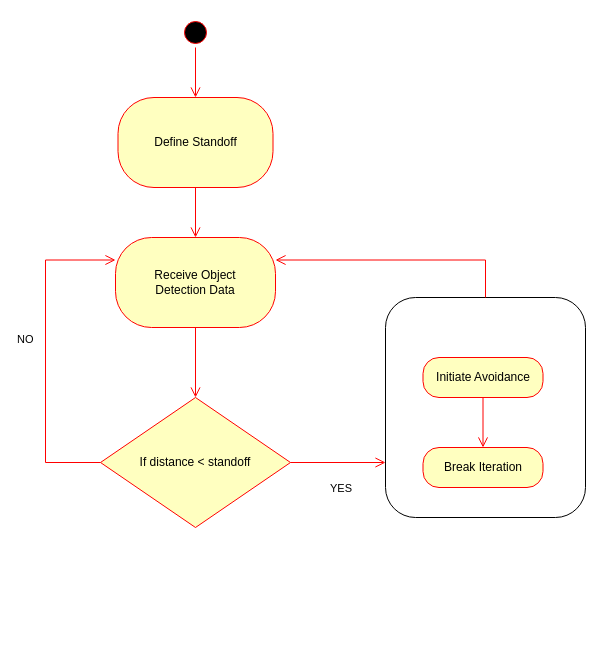
mead-d/Modeling-Unmanned-Aerial-Swarms-Using-Unreal-Game-Engine-and-AirSim-Simulator keeps this draw.io diagram as SDD/CollisionDetectionStatechart.drawio. Above is the earlier version. Source tidied: cells renumbered, new cells numbered last; positions are measured from the earlier drawing's top-left corner, leaving out a move shared by most shapes. Both pictures are drawn from the tidied source at 100%, with x=0, y=0 at pixel (45, 17).
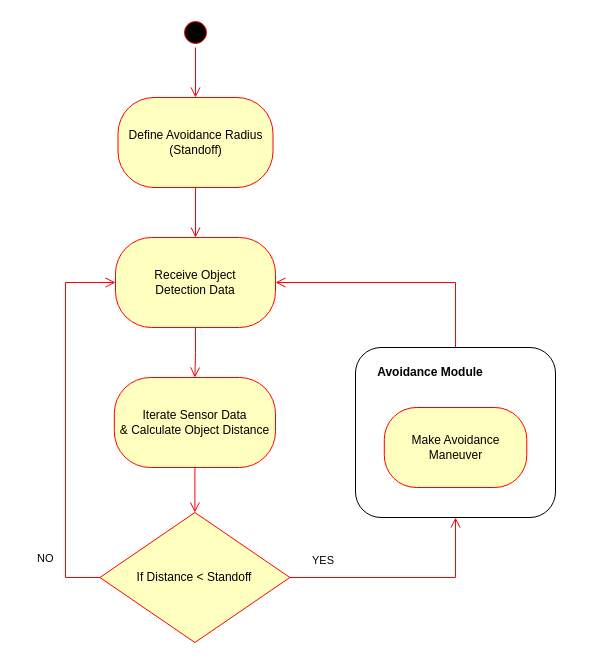
The same diagram, later.

What changed in the source:
```diff
@@
 <mxGraphModel>
   <root>
     <mxCell id="0" />
     <mxCell id="1" parent="0" />
+    <mxCell id="14" style="rounded=1;whiteSpace=wrap;html=1;fillColor=none;" parent="1" vertex="1">
+      <mxGeometry x="310" y="330" width="200" height="170" as="geometry" />
+    </mxCell>
     <mxCell id="2" style="ellipse;html=1;shape=startState;fillColor=#000000;strokeColor=#ff0000;" parent="1" vertex="1">
       <mxGeometry x="135" width="30" height="30" as="geometry" />
     </mxCell>
     <mxCell id="3" style="edgeStyle=orthogonalEdgeStyle;html=1;verticalAlign=bottom;endArrow=open;endSize=8;strokeColor=#ff0000;rounded=0;entryX=0.5;entryY=0;entryDx=0;entryDy=0;" parent="1" edge="1" source="2" target="4">
       <mxGeometry relative="1" as="geometry" />
     </mxCell>
-    <mxCell id="4" value="Define Standoff" style="rounded=1;whiteSpace=wrap;html=1;arcSize=40;fontColor=#000000;fillColor=#ffffc0;strokeColor=#ff0000;" parent="1" vertex="1">
+    <mxCell id="4" value="Define Avoidance Radius (Standoff)" style="rounded=1;whiteSpace=wrap;html=1;arcSize=40;fontColor=#000000;fillColor=#ffffc0;strokeColor=#ff0000;" parent="1" vertex="1">
       <mxGeometry x="72.5" y="80" width="155" height="90" as="geometry" />
     </mxCell>
     <mxCell id="5" style="edgeStyle=orthogonalEdgeStyle;html=1;verticalAlign=bottom;endArrow=open;endSize=8;strokeColor=#ff0000;rounded=0;entryX=0.5;entryY=0;entryDx=0;entryDy=0;" parent="1" edge="1" source="4" target="6">
       <mxGeometry relative="1" as="geometry" />
     </mxCell>
     <mxCell id="6" value="&lt;div&gt;Receive Object&lt;/div&gt;&lt;div&gt;Detection Data&lt;br&gt;&lt;/div&gt;" style="rounded=1;whiteSpace=wrap;html=1;arcSize=40;fontColor=#000000;fillColor=#ffffc0;strokeColor=#ff0000;" parent="1" vertex="1">
       <mxGeometry x="70" y="220" width="160" height="90" as="geometry" />
     </mxCell>
-    <mxCell id="7" style="edgeStyle=orthogonalEdgeStyle;html=1;verticalAlign=bottom;endArrow=open;endSize=8;strokeColor=#ff0000;rounded=0;entryX=0.5;entryY=0;entryDx=0;entryDy=0;" parent="1" edge="1" source="6" target="8">
+    <mxCell id="7" style="edgeStyle=orthogonalEdgeStyle;html=1;verticalAlign=bottom;endArrow=open;endSize=8;strokeColor=#ff0000;rounded=0;entryX=0.5;entryY=0;entryDx=0;entryDy=0;exitX=0.5;exitY=1;exitDx=0;exitDy=0;" parent="1" edge="1" source="6" target="16">
       <mxGeometry relative="1" as="geometry" />
     </mxCell>
-    <mxCell id="8" value="If distance &amp;lt; standoff" style="rhombus;whiteSpace=wrap;html=1;fillColor=#ffffc0;strokeColor=#ff0000;" parent="1" vertex="1">
-      <mxGeometry x="55" y="380" width="190" height="130" as="geometry" />
+    <mxCell id="8" value="If Distance &amp;lt; Standoff" style="rhombus;whiteSpace=wrap;html=1;fillColor=#ffffc0;strokeColor=#ff0000;" parent="1" vertex="1">
+      <mxGeometry x="54.4" y="495" width="190" height="130" as="geometry" />
     </mxCell>
-    <mxCell id="9" value="NO" style="edgeStyle=orthogonalEdgeStyle;html=1;align=left;verticalAlign=bottom;endArrow=open;endSize=8;strokeColor=#ff0000;rounded=0;exitX=0;exitY=0.5;exitDx=0;exitDy=0;entryX=0;entryY=0.25;entryDx=0;entryDy=0;" parent="1" edge="1" source="8" target="6">
-      <mxGeometry x="0.03" y="30" relative="1" as="geometry">
+    <mxCell id="9" value="NO" style="edgeStyle=orthogonalEdgeStyle;html=1;align=left;verticalAlign=bottom;endArrow=open;endSize=8;strokeColor=#ff0000;rounded=0;exitX=0;exitY=0.5;exitDx=0;exitDy=0;entryX=0;entryY=0.5;entryDx=0;entryDy=0;" parent="1" edge="1" source="8" target="6">
+      <mxGeometry x="-0.77" y="30" relative="1" as="geometry">
         <Array as="points">
-          <mxPoint y="445" />
-          <mxPoint y="243" />
+          <mxPoint x="20" y="560" />
+          <mxPoint x="20" y="265" />
         </Array>
       </mxGeometry>
     </mxCell>
-    <mxCell id="10" value="YES" style="edgeStyle=orthogonalEdgeStyle;html=1;align=left;verticalAlign=top;endArrow=open;endSize=8;strokeColor=#ff0000;rounded=0;exitX=1;exitY=0.5;exitDx=0;exitDy=0;entryX=0;entryY=0.75;entryDx=0;entryDy=0;" parent="1" edge="1" source="8" target="14">
-      <mxGeometry x="-0.23" y="-12" relative="1" as="geometry">
-        <mxPoint x="1" y="1" as="offset" />
-      </mxGeometry>
+    <mxCell id="10" value="YES" style="edgeStyle=orthogonalEdgeStyle;html=1;align=left;verticalAlign=top;endArrow=open;endSize=8;strokeColor=#ff0000;rounded=0;exitX=1;exitY=0.5;exitDx=0;exitDy=0;entryX=0.5;entryY=1;entryDx=0;entryDy=0;" parent="1" edge="1" source="8" target="14">
+      <mxGeometry x="-0.81" y="30" relative="1" as="geometry" />
     </mxCell>
-    <mxCell id="11" value="Initiate Avoidance" style="rounded=1;whiteSpace=wrap;html=1;arcSize=40;fontColor=#000000;fillColor=#ffffc0;strokeColor=#ff0000;" parent="1" vertex="1">
-      <mxGeometry x="377.5" y="340" width="120" height="40" as="geometry" />
+    <mxCell id="11" value="Make Avoidance Maneuver" style="rounded=1;whiteSpace=wrap;html=1;arcSize=40;fontColor=#000000;fillColor=#ffffc0;strokeColor=#ff0000;" parent="1" vertex="1">
+      <mxGeometry x="338.8" y="390" width="142.5" height="80" as="geometry" />
     </mxCell>
-    <mxCell id="12" value="Break Iteration" style="rounded=1;whiteSpace=wrap;html=1;arcSize=40;fontColor=#000000;fillColor=#ffffc0;strokeColor=#ff0000;" parent="1" vertex="1">
-      <mxGeometry x="377.5" y="430" width="120" height="40" as="geometry" />
-    </mxCell>
-    <mxCell id="13" style="edgeStyle=orthogonalEdgeStyle;html=1;verticalAlign=bottom;endArrow=open;endSize=8;strokeColor=#ff0000;rounded=0;entryX=0.5;entryY=0;entryDx=0;entryDy=0;exitX=0.5;exitY=1;exitDx=0;exitDy=0;" parent="1" edge="1" source="11" target="12">
-      <mxGeometry relative="1" as="geometry" />
-    </mxCell>
-    <mxCell id="14" style="rounded=1;whiteSpace=wrap;html=1;fillColor=none;" parent="1" vertex="1">
-      <mxGeometry x="340" y="280" width="200" height="220" as="geometry" />
-    </mxCell>
-    <mxCell id="15" style="edgeStyle=orthogonalEdgeStyle;html=1;verticalAlign=bottom;endArrow=open;endSize=8;strokeColor=#ff0000;rounded=0;entryX=1;entryY=0.25;entryDx=0;entryDy=0;exitX=0.5;exitY=0;exitDx=0;exitDy=0;" parent="1" edge="1" source="14" target="6">
+    <mxCell id="15" style="edgeStyle=orthogonalEdgeStyle;html=1;verticalAlign=bottom;endArrow=open;endSize=8;strokeColor=#ff0000;rounded=0;exitX=0.5;exitY=0;exitDx=0;exitDy=0;entryX=1;entryY=0.5;entryDx=0;entryDy=0;" parent="1" edge="1" source="14" target="6">
       <mxGeometry relative="1" as="geometry" />
     </mxCell>
+    <mxCell id="16" value="&lt;div&gt;Iterate Sensor Data&lt;/div&gt;&lt;div&gt;&amp;amp; Calculate Object Distance&lt;br&gt;&lt;/div&gt;" style="rounded=1;whiteSpace=wrap;html=1;arcSize=40;fontColor=#000000;fillColor=#ffffc0;strokeColor=#ff0000;" parent="1" vertex="1">
+      <mxGeometry x="68.8" y="360" width="161.2" height="90" as="geometry" />
+    </mxCell>
+    <mxCell id="17" style="edgeStyle=orthogonalEdgeStyle;html=1;verticalAlign=bottom;endArrow=open;endSize=8;strokeColor=#ff0000;rounded=0;exitX=0.5;exitY=1;exitDx=0;exitDy=0;entryX=0.5;entryY=0;entryDx=0;entryDy=0;" parent="1" edge="1" source="16" target="8">
+      <mxGeometry relative="1" as="geometry" />
+    </mxCell>
+    <mxCell id="18" value="&lt;b&gt;Avoidance Module&lt;/b&gt;" style="text;html=1;strokeColor=none;fillColor=none;align=center;verticalAlign=middle;whiteSpace=wrap;rounded=0;" parent="1" vertex="1">
+      <mxGeometry x="322.5" y="340" width="124" height="30" as="geometry" />
+    </mxCell>
   </root>
 </mxGraphModel>
```
